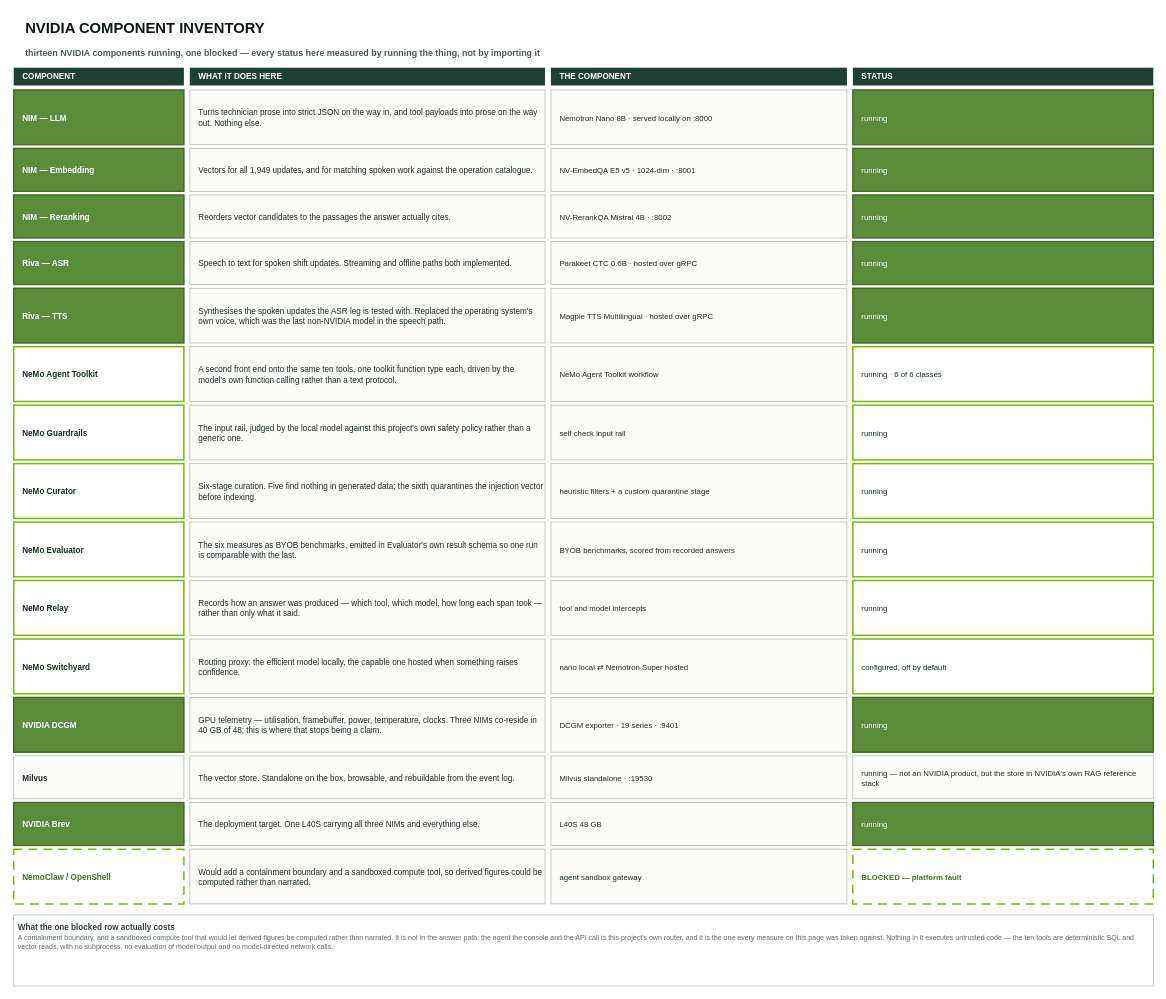
Earlier version of the draw.io diagram page "4 · NVIDIA components" (4 of 7) of docs/architecture.drawio (RaunakDasgupta/automotive-service-agent). Source tidied: cells renumbered, new cells numbered last; positions are measured from the earlier drawing's top-left corner, leaving out a move shared by most shapes. Both pictures are drawn from the tidied source at 74%, with x=0, y=0 at pixel (13, 13).
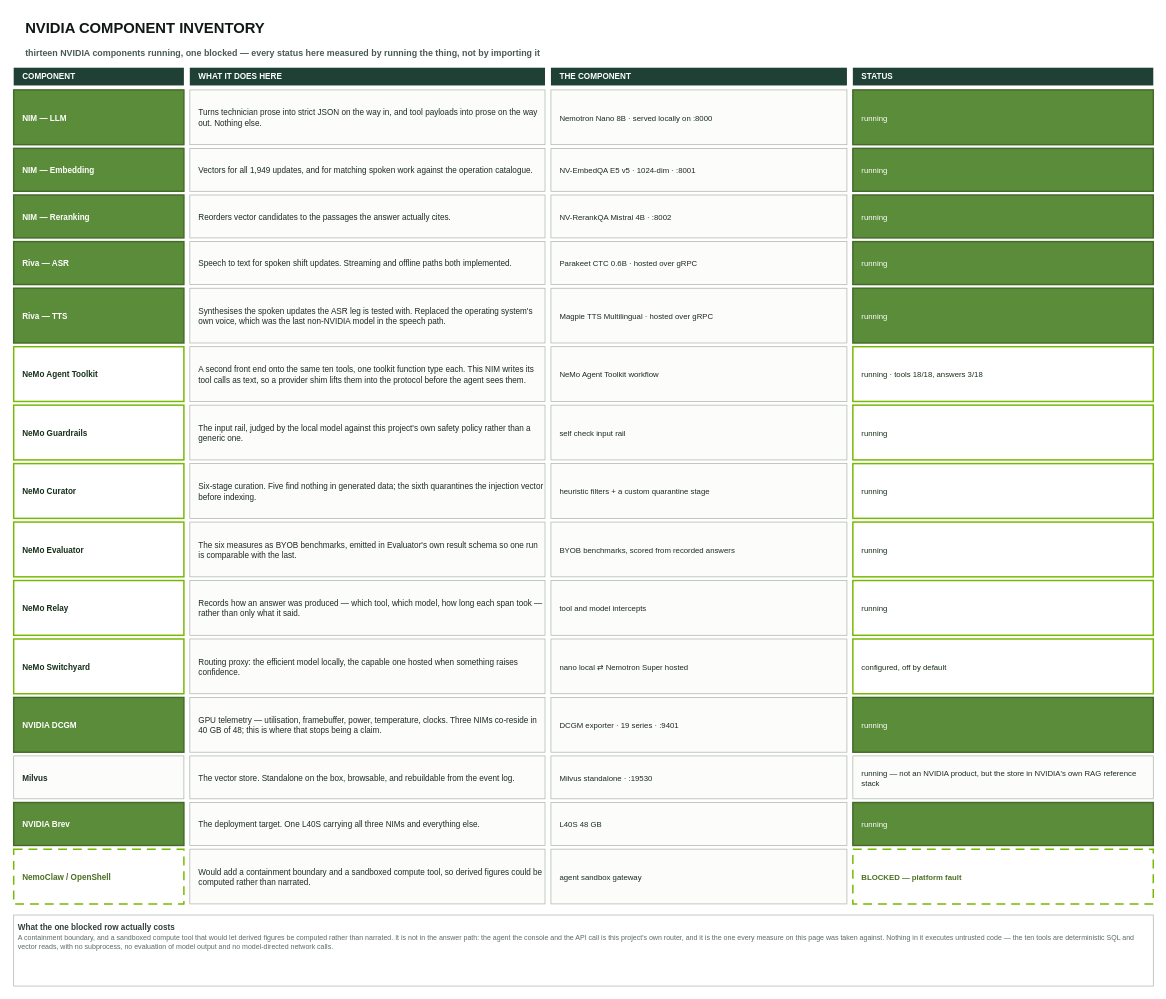
Above is the later version.

Commit message (it also covers changes not shown here):
Correct the toolkit claim in the README, the deck and the diagram

Change to the diagram source:
```diff
@@
-    <mxCell id="29" value="&lt;font style=&quot;font-size:11px;&quot;&gt;A second front end onto the same ten tools, one toolkit function type each, driven by the model's own function calling rather than a text protocol.&lt;/font&gt;" style="rounded=0;whiteSpace=wrap;html=1;align=left;verticalAlign=top;spacing=4;spacingLeft=8;spacingTop=2;fontSize=11;fillColor=#FCFCFA;strokeColor=#AEB7AC;strokeWidth=1;fontColor=#1C2B25;verticalAlign=middle;" parent="1" vertex="1">
+    <mxCell id="29" value="&lt;font style=&quot;font-size:11px;&quot;&gt;A second front end onto the same ten tools, one toolkit function type each. This NIM writes its tool calls as text, so a provider shim lifts them into the protocol before the agent sees them.&lt;/font&gt;" style="rounded=0;whiteSpace=wrap;html=1;align=left;verticalAlign=top;spacing=4;spacingLeft=8;spacingTop=2;fontSize=11;fillColor=#FCFCFA;strokeColor=#AEB7AC;strokeWidth=1;fontColor=#1C2B25;verticalAlign=middle;" parent="1" vertex="1">
       <mxGeometry x="238" y="451" width="480" height="74" as="geometry" />
     </mxCell>
@@
-    <mxCell id="31" value="&lt;font style=&quot;font-size:10.5px;&quot;&gt;running · 6 of 6 classes&lt;/font&gt;" style="rounded=0;whiteSpace=wrap;html=1;align=left;verticalAlign=top;spacing=4;spacingLeft=8;spacingTop=2;fontSize=11;fillColor=#FFFFFF;strokeColor=#76B900;strokeWidth=2;fontColor=#17301A;verticalAlign=middle;" parent="1" vertex="1">
+    <mxCell id="31" value="&lt;font style=&quot;font-size:10.5px;&quot;&gt;running · tools 18/18, answers 3/18&lt;/font&gt;" style="rounded=0;whiteSpace=wrap;html=1;align=left;verticalAlign=top;spacing=4;spacingLeft=8;spacingTop=2;fontSize=11;fillColor=#FFFFFF;strokeColor=#76B900;strokeWidth=2;fontColor=#17301A;verticalAlign=middle;" parent="1" vertex="1">
       <mxGeometry x="1134" y="451" width="406" height="74" as="geometry" />
     </mxCell>
```
